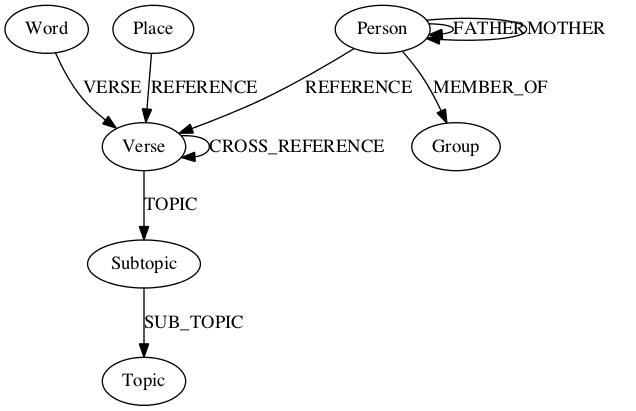
Earlier version of the Graphviz export doc/model.png (szagoret/neo4j-metav). Its source is kept beside it as doc/model.dot. The source it was exported from:
```dot
digraph G {

	Verse -> Subtopic [label = "TOPIC"];
	Word -> Verse [label = "VERSE"];
	Subtopic -> Topic [label = "SUB_TOPIC"];
	Verse -> Verse [label = "CROSS_REFERENCE"];
	Person -> Group [label = "MEMBER_OF"];
	Person -> Person [label = "FATHER"];
	Person -> Person [label = "MOTHER"];
	Person -> Verse [label = "REFERENCE"];
	Place -> Verse [label = "REFERENCE"];


}
```
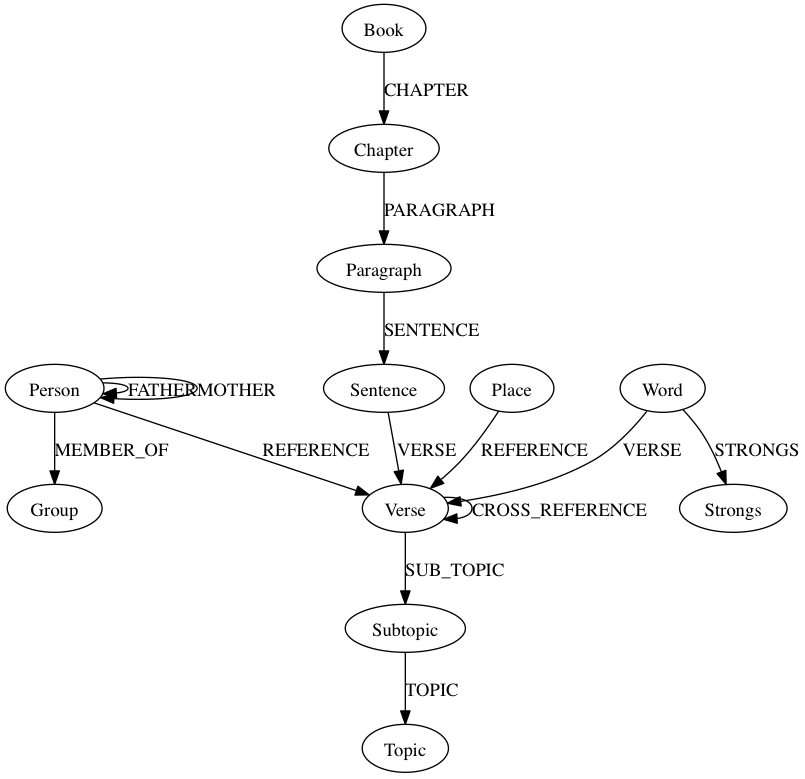
After the change.

Commit message:
Updated Data Model

The edit, as a diff of the source:
```diff
@@ -1,14 +1,22 @@
 digraph G {
 
-	Verse -> Subtopic [label = "TOPIC"];
-	Word -> Verse [label = "VERSE"];
-	Subtopic -> Topic [label = "SUB_TOPIC"];
-	Verse -> Verse [label = "CROSS_REFERENCE"];
+	Subtopic -> Topic [label = "TOPIC"];
+	Verse -> Subtopic [label = "SUB_TOPIC"];
+
 	Person -> Group [label = "MEMBER_OF"];
 	Person -> Person [label = "FATHER"];
 	Person -> Person [label = "MOTHER"];
+
 	Person -> Verse [label = "REFERENCE"];
 	Place -> Verse [label = "REFERENCE"];
+	Word -> Verse [label = "VERSE"];
+	Verse -> Verse [label = "CROSS_REFERENCE"];
 
+	Book -> Chapter [label = "CHAPTER"];
+	Chapter -> Paragraph [label = "PARAGRAPH"];
+	Paragraph -> Sentence [label = "SENTENCE"];
+	Sentence -> Verse [label = "VERSE"];
+
+	Word -> Strongs [label = "STRONGS"];
 
 }
```
